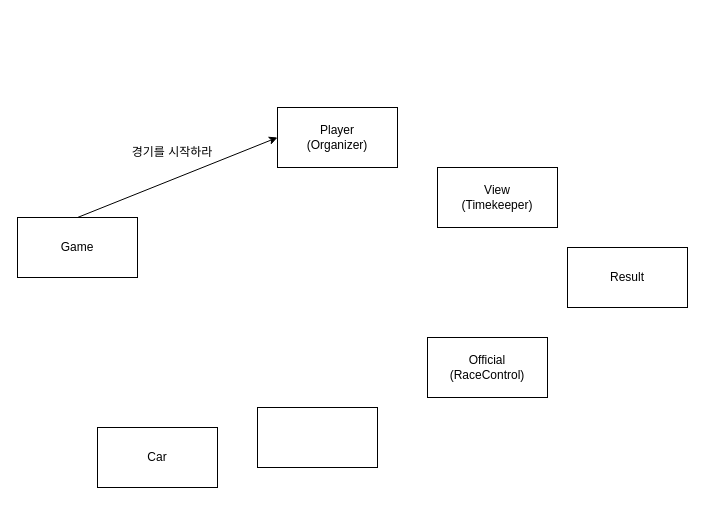
The draw.io diagram docs/제목 없는 다이어그램.drawio in tjdxo1193/java-racingcar-6, before the edit. Source tidied: cells renumbered, new cells numbered last; positions are measured from the earlier drawing's top-left corner, leaving out a move shared by most shapes. Both pictures are drawn from the tidied source at 100%, with x=0, y=0 at pixel (17, 107).
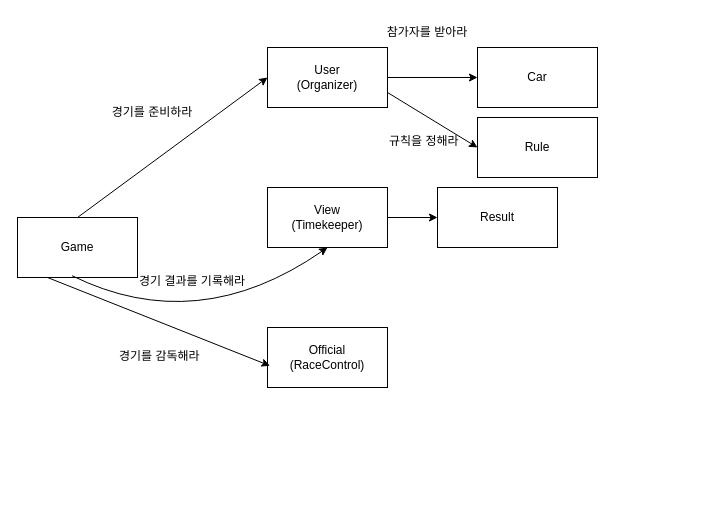
The same diagram, later.

Commit message (it also covers changes not shown here):
제목 없는 다이어그램.drawio 업데이트

Unchanged cells that the change refers to:
```xml
<mxCell id="7" value="Game" style="rounded=0;whiteSpace=wrap;html=1;" parent="1" vertex="1">
  <mxGeometry y="110" width="120" height="60" as="geometry" />
</mxCell>
```

Diff of the diagram source:
```diff
@@
     <mxCell id="2" value="Car" style="rounded=0;whiteSpace=wrap;html=1;" parent="1" vertex="1">
-      <mxGeometry x="80" y="320" width="120" height="60" as="geometry" />
+      <mxGeometry x="460" y="-60" width="120" height="60" as="geometry" />
     </mxCell>
     <mxCell id="3" value="Result" style="rounded=0;whiteSpace=wrap;html=1;" parent="1" vertex="1">
-      <mxGeometry x="550" y="140" width="120" height="60" as="geometry" />
+      <mxGeometry x="420" y="80" width="120" height="60" as="geometry" />
     </mxCell>
     <mxCell id="4" value="View&lt;br&gt;(Timekeeper)" style="rounded=0;whiteSpace=wrap;html=1;" parent="1" vertex="1">
-      <mxGeometry x="420" y="60" width="120" height="60" as="geometry" />
+      <mxGeometry x="250" y="80" width="120" height="60" as="geometry" />
     </mxCell>
-    <mxCell id="5" value="Player&lt;br&gt;(Organizer)" style="rounded=0;whiteSpace=wrap;html=1;" parent="1" vertex="1">
-      <mxGeometry x="260" width="120" height="60" as="geometry" />
+    <mxCell id="5" value="User&lt;br&gt;(Organizer)" style="rounded=0;whiteSpace=wrap;html=1;" parent="1" vertex="1">
+      <mxGeometry x="250" y="-60" width="120" height="60" as="geometry" />
     </mxCell>
     <mxCell id="6" value="Official&lt;br&gt;(RaceControl)" style="rounded=0;whiteSpace=wrap;html=1;" parent="1" vertex="1">
-      <mxGeometry x="410" y="230" width="120" height="60" as="geometry" />
+      <mxGeometry x="250" y="220" width="120" height="60" as="geometry" />
     </mxCell>
@@
-    <mxCell id="9" value="경기를 시작하라" style="text;html=1;strokeColor=none;fillColor=none;align=center;verticalAlign=middle;whiteSpace=wrap;rounded=0;" parent="1" vertex="1">
-      <mxGeometry x="110" y="30" width="90" height="30" as="geometry" />
-    </mxCell>
-    <mxCell id="10" style="rounded=0;whiteSpace=wrap;html=1;" parent="1" vertex="1">
-      <mxGeometry x="240" y="300" width="120" height="60" as="geometry" />
+    <mxCell id="10" value="Rule" style="rounded=0;whiteSpace=wrap;html=1;" parent="1" vertex="1">
+      <mxGeometry x="460" y="10" width="120" height="60" as="geometry" />
     </mxCell>
+    <mxCell id="11" value="경기를 준비하라" style="text;html=1;strokeColor=none;fillColor=none;align=center;verticalAlign=middle;whiteSpace=wrap;rounded=0;" parent="1" vertex="1">
+      <mxGeometry x="90" y="-10" width="90" height="30" as="geometry" />
+    </mxCell>
+    <mxCell id="12" style="endArrow=classic;html=1;rounded=0;exitX=1;exitY=0.5;exitDx=0;exitDy=0;entryX=0;entryY=0.5;entryDx=0;entryDy=0;" parent="1" edge="1" source="5" target="2">
+      <mxGeometry relative="1" as="geometry" />
+    </mxCell>
+    <mxCell id="13" value="참가자를 받아라" style="text;html=1;strokeColor=none;fillColor=none;align=center;verticalAlign=middle;whiteSpace=wrap;rounded=0;" parent="1" vertex="1">
+      <mxGeometry x="360" y="-90" width="100" height="30" as="geometry" />
+    </mxCell>
+    <mxCell id="14" value="&lt;div style=&quot;text-align: center;&quot;&gt;규칙을 정해라&lt;/div&gt;" style="text;whiteSpace=wrap;html=1;" parent="1" vertex="1">
+      <mxGeometry x="370" y="20" width="80" height="30" as="geometry" />
+    </mxCell>
+    <mxCell id="15" style="endArrow=classic;html=1;rounded=0;exitX=1;exitY=0.75;exitDx=0;exitDy=0;entryX=0;entryY=0.5;entryDx=0;entryDy=0;" parent="1" edge="1" source="5" target="10">
+      <mxGeometry relative="1" as="geometry" />
+    </mxCell>
+    <mxCell id="16" style="curved=1;endArrow=classic;html=1;rounded=0;entryX=0.5;entryY=1;entryDx=0;entryDy=0;exitX=0.455;exitY=0.971;exitDx=0;exitDy=0;exitPerimeter=0;" parent="1" edge="1" source="7" target="4">
+      <mxGeometry relative="1" as="geometry">
+        <Array as="points">
+          <mxPoint x="180" y="230" />
+        </Array>
+      </mxGeometry>
+    </mxCell>
+    <mxCell id="17" value="경기 결과를 기록해라" style="text;whiteSpace=wrap;html=1;" parent="1" vertex="1">
+      <mxGeometry x="120" y="160" width="120" height="30" as="geometry" />
+    </mxCell>
+    <mxCell id="18" style="endArrow=classic;html=1;rounded=0;exitX=0.25;exitY=1;exitDx=0;exitDy=0;entryX=0.02;entryY=0.638;entryDx=0;entryDy=0;entryPerimeter=0;" parent="1" edge="1" source="7" target="6">
+      <mxGeometry relative="1" as="geometry" />
+    </mxCell>
+    <mxCell id="19" value="경기를 감독해라" style="text;whiteSpace=wrap;html=1;" parent="1" vertex="1">
+      <mxGeometry x="100" y="235" width="100" height="30" as="geometry" />
+    </mxCell>
+    <mxCell id="20" style="endArrow=classic;html=1;rounded=0;exitX=1;exitY=0.5;exitDx=0;exitDy=0;entryX=0;entryY=0.5;entryDx=0;entryDy=0;" parent="1" edge="1" source="4" target="3">
+      <mxGeometry relative="1" as="geometry" />
+    </mxCell>
```
